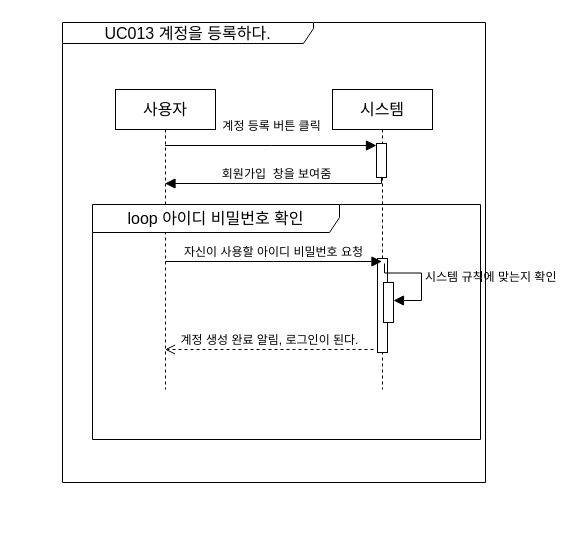
Before: docs/설계명세서/images/seq_diag/uc013.drawio in parkchamchi/SoftwareEngineering2023, a draw.io diagram. Source tidied: cells renumbered, new cells numbered last; positions are measured from the earlier drawing's top-left corner, leaving out a move shared by most shapes. Both pictures are drawn from the tidied source at 100%, with x=0, y=0 at pixel (62, 22).
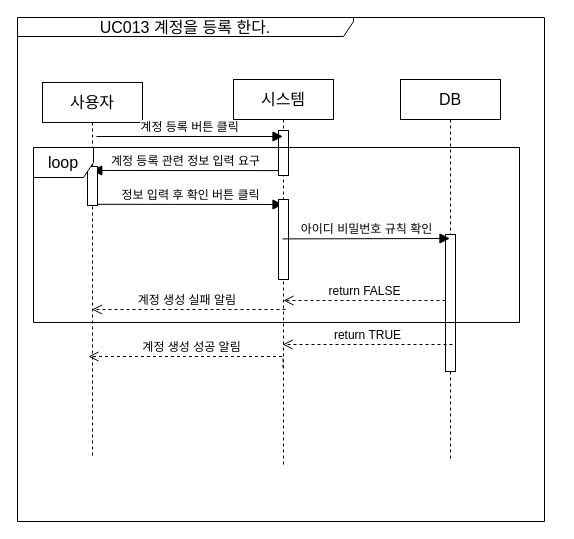
After the change.

Change to the diagram source:
```diff
@@
     <mxCell id="2" value="사용자" style="shape=umlLifeline;perimeter=lifelinePerimeter;whiteSpace=wrap;html=1;outlineConnect=0;portConstraint=eastwest;newEdgeStyle={&quot;edgeStyle&quot;:&quot;elbowEdgeStyle&quot;,&quot;elbow&quot;:&quot;vertical&quot;,&quot;curved&quot;:0,&quot;rounded&quot;:0};fontSize=16;" parent="1" vertex="1">
-      <mxGeometry x="53" y="67" width="100" height="300" as="geometry" />
+      <mxGeometry x="-20" y="60" width="100" height="376" as="geometry" />
     </mxCell>
     <mxCell id="3" value="시스템" style="shape=umlLifeline;perimeter=lifelinePerimeter;whiteSpace=wrap;html=1;outlineConnect=0;portConstraint=eastwest;newEdgeStyle={&quot;edgeStyle&quot;:&quot;elbowEdgeStyle&quot;,&quot;elbow&quot;:&quot;vertical&quot;,&quot;curved&quot;:0,&quot;rounded&quot;:0};fontSize=16;" parent="1" vertex="1">
-      <mxGeometry x="270" y="67" width="100" height="300" as="geometry" />
+      <mxGeometry x="171" y="57" width="100" height="386" as="geometry" />
     </mxCell>
-    <mxCell id="4" style="html=1;points=[];perimeter=orthogonalPerimeter;outlineConnect=0;targetShapes=umlLifeline;portConstraint=eastwest;newEdgeStyle={&quot;edgeStyle&quot;:&quot;elbowEdgeStyle&quot;,&quot;elbow&quot;:&quot;vertical&quot;,&quot;curved&quot;:0,&quot;rounded&quot;:0};fontSize=16;" parent="3" vertex="1">
-      <mxGeometry x="44" y="54" width="10" height="34" as="geometry" />
-    </mxCell>
-    <mxCell id="5" style="html=1;perimeter=orthogonalPerimeter;targetShapes=umlLifeline;newEdgeStyle={&quot;edgeStyle&quot;:&quot;elbowEdgeStyle&quot;,&quot;elbow&quot;:&quot;vertical&quot;,&quot;curved&quot;:0,&quot;rounded&quot;:0};fontSize=16;" parent="3" vertex="1">
-      <mxGeometry x="45" y="169" width="10" height="94" as="geometry" />
-    </mxCell>
-    <mxCell id="6" style="html=1;perimeter=orthogonalPerimeter;targetShapes=umlLifeline;newEdgeStyle={&quot;edgeStyle&quot;:&quot;elbowEdgeStyle&quot;,&quot;elbow&quot;:&quot;vertical&quot;,&quot;curved&quot;:0,&quot;rounded&quot;:0};fontSize=16;" parent="3" vertex="1">
-      <mxGeometry x="51" y="193" width="10" height="40" as="geometry" />
-    </mxCell>
-    <mxCell id="7" value="시스템 규칙에 맞는지 확인" style="html=1;align=left;spacingLeft=2;endArrow=block;rounded=0;edgeStyle=orthogonalEdgeStyle;curved=0;rounded=0;fontSize=12;startSize=8;endSize=8;" parent="3" edge="1">
-      <mxGeometry relative="1" as="geometry">
-        <mxPoint x="52" y="174" as="sourcePoint" />
-        <mxPoint x="61" y="211" as="targetPoint" />
-        <Array as="points">
-          <mxPoint x="89" y="183.5" />
-        </Array>
-      </mxGeometry>
-    </mxCell>
+    <mxCell id="14" value="UC013 계정을 등록 한다." style="shape=umlFrame;whiteSpace=wrap;html=1;fontSize=16;width=336;height=19;" parent="1" vertex="1">
+      <mxGeometry x="-45" y="-5" width="527" height="504" as="geometry" />
+    </mxCell>
+    <mxCell id="15" value="DB" style="shape=umlLifeline;perimeter=lifelinePerimeter;whiteSpace=wrap;html=1;outlineConnect=0;portConstraint=eastwest;newEdgeStyle={&quot;edgeStyle&quot;:&quot;elbowEdgeStyle&quot;,&quot;elbow&quot;:&quot;vertical&quot;,&quot;curved&quot;:0,&quot;rounded&quot;:0};fontSize=16;" parent="1" vertex="1">
+      <mxGeometry x="338" y="57" width="100" height="380" as="geometry" />
+    </mxCell>
+    <mxCell id="16" style="html=1;points=[];perimeter=orthogonalPerimeter;outlineConnect=0;targetShapes=umlLifeline;portConstraint=eastwest;newEdgeStyle={&quot;edgeStyle&quot;:&quot;elbowEdgeStyle&quot;,&quot;elbow&quot;:&quot;vertical&quot;,&quot;curved&quot;:0,&quot;rounded&quot;:0};fontSize=16;" parent="15" vertex="1">
+      <mxGeometry x="45" y="155" width="10" height="137" as="geometry" />
+    </mxCell>
+    <mxCell id="17" style="html=1;perimeter=orthogonalPerimeter;targetShapes=umlLifeline;newEdgeStyle={&quot;edgeStyle&quot;:&quot;elbowEdgeStyle&quot;,&quot;elbow&quot;:&quot;vertical&quot;,&quot;curved&quot;:0,&quot;rounded&quot;:0};fontSize=16;" parent="1" vertex="1">
+      <mxGeometry x="216" y="108" width="10" height="45" as="geometry" />
+    </mxCell>
-    <mxCell id="8" value="계정 등록 버튼 클릭" style="html=1;verticalAlign=bottom;endArrow=block;edgeStyle=elbowEdgeStyle;elbow=vertical;curved=0;rounded=0;fontSize=12;startSize=8;endSize=8;" parent="1" edge="1">
-      <mxGeometry y="10" relative="1" as="geometry">
-        <mxPoint x="102.5" y="123" as="sourcePoint" />
-        <mxPoint x="314" y="123" as="targetPoint" />
+    <mxCell id="8" value="계정 등록 버튼 클릭" style="html=1;verticalAlign=bottom;endArrow=block;edgeStyle=elbowEdgeStyle;elbow=vertical;curved=0;rounded=0;fontSize=12;startSize=8;endSize=8;exitX=0.54;exitY=0.4;exitDx=0;exitDy=0;exitPerimeter=0;" parent="1" edge="1">
+      <mxGeometry x="-0.01" relative="1" as="geometry">
+        <mxPoint x="34" y="114" as="sourcePoint" />
+        <mxPoint x="220.5" y="113.5" as="targetPoint" />
       </mxGeometry>
     </mxCell>
-    <mxCell id="9" value="회원가입&amp;nbsp; 창을 보여줌" style="html=1;verticalAlign=bottom;endArrow=block;edgeStyle=elbowEdgeStyle;elbow=vertical;curved=0;rounded=0;fontSize=12;startSize=8;endSize=8;" parent="1" edge="1" source="4" target="2">
-      <mxGeometry relative="1" as="geometry">
-        <Array as="points">
-          <mxPoint x="270" y="161" />
-        </Array>
-      </mxGeometry>
-    </mxCell>
-    <mxCell id="10" value="자신이 사용할 아이디 비밀번호 요청" style="html=1;verticalAlign=bottom;endArrow=block;edgeStyle=elbowEdgeStyle;elbow=vertical;curved=0;rounded=0;fontSize=12;startSize=8;endSize=8;" parent="1" edge="1">
-      <mxGeometry relative="1" as="geometry">
-        <mxPoint x="103" y="239" as="sourcePoint" />
-        <mxPoint x="319.5" y="239" as="targetPoint" />
-      </mxGeometry>
-    </mxCell>
-    <mxCell id="11" value="loop 아이디 비밀번호 확인" style="shape=umlFrame;whiteSpace=wrap;html=1;fontSize=16;width=247;height=28;" parent="1" vertex="1">
-      <mxGeometry x="30" y="182" width="388" height="235" as="geometry" />
-    </mxCell>
-    <mxCell id="12" value="계정 생성 완료 알림, 로그인이 된다." style="html=1;verticalAlign=bottom;endArrow=open;dashed=1;endSize=8;edgeStyle=elbowEdgeStyle;elbow=vertical;curved=0;rounded=0;fontSize=12;" parent="1" edge="1" target="2">
-      <mxGeometry relative="1" as="geometry">
-        <mxPoint x="311" y="327" as="sourcePoint" />
-      </mxGeometry>
-    </mxCell>
-    <mxCell id="13" value="UC013 계정을 등록하다." style="shape=umlFrame;whiteSpace=wrap;html=1;fontSize=16;width=251;height=21;" parent="1" vertex="1">
-      <mxGeometry width="423" height="460" as="geometry" />
-    </mxCell>
+    <mxCell id="18" value="계정 등록 관련 정보 입력 요구" style="html=1;verticalAlign=bottom;endArrow=block;edgeStyle=elbowEdgeStyle;elbow=vertical;curved=0;rounded=0;fontSize=12;startSize=8;endSize=8;" parent="1" edge="1">
+      <mxGeometry relative="1" as="geometry">
+        <mxPoint x="216" y="148.1" as="sourcePoint" />
+        <mxPoint x="29.3" y="148.1" as="targetPoint" />
+      </mxGeometry>
+    </mxCell>
+    <mxCell id="19" style="html=1;perimeter=orthogonalPerimeter;targetShapes=umlLifeline;newEdgeStyle={&quot;edgeStyle&quot;:&quot;elbowEdgeStyle&quot;,&quot;elbow&quot;:&quot;vertical&quot;,&quot;curved&quot;:0,&quot;rounded&quot;:0};fontSize=16;" parent="1" vertex="1">
+      <mxGeometry x="25" y="144" width="10" height="39" as="geometry" />
+    </mxCell>
+    <mxCell id="20" value="정보 입력 후 확인 버튼 클릭" style="html=1;verticalAlign=bottom;endArrow=block;edgeStyle=elbowEdgeStyle;elbow=vertical;curved=0;rounded=0;fontSize=12;startSize=8;endSize=8;" parent="1" edge="1" target="3">
+      <mxGeometry relative="1" as="geometry">
+        <mxPoint x="35" y="181.8" as="sourcePoint" />
+      </mxGeometry>
+    </mxCell>
+    <mxCell id="21" style="html=1;perimeter=orthogonalPerimeter;targetShapes=umlLifeline;newEdgeStyle={&quot;edgeStyle&quot;:&quot;elbowEdgeStyle&quot;,&quot;elbow&quot;:&quot;vertical&quot;,&quot;curved&quot;:0,&quot;rounded&quot;:0};fontSize=16;" parent="1" vertex="1">
+      <mxGeometry x="216" y="177" width="10" height="80" as="geometry" />
+    </mxCell>
+    <mxCell id="22" value="아이디 비밀번호 규칙 확인" style="html=1;verticalAlign=bottom;endArrow=block;edgeStyle=elbowEdgeStyle;elbow=vertical;curved=0;rounded=0;fontSize=12;startSize=8;endSize=8;" parent="1" edge="1" target="15">
+      <mxGeometry relative="1" as="geometry">
+        <mxPoint x="220" y="216.4" as="sourcePoint" />
+      </mxGeometry>
+    </mxCell>
+    <mxCell id="23" value="return TRUE" style="html=1;verticalAlign=bottom;endArrow=open;dashed=1;endSize=8;edgeStyle=elbowEdgeStyle;elbow=vertical;curved=0;rounded=0;fontSize=12;" parent="1" edge="1">
+      <mxGeometry relative="1" as="geometry">
+        <mxPoint x="390" y="322" as="sourcePoint" />
+        <mxPoint x="220.2" y="322.5" as="targetPoint" />
+      </mxGeometry>
+    </mxCell>
+    <mxCell id="24" value="loop" style="shape=umlFrame;whiteSpace=wrap;html=1;fontSize=16;" parent="1" vertex="1">
+      <mxGeometry x="-29" y="125" width="486" height="175" as="geometry" />
+    </mxCell>
+    <mxCell id="25" value="return FALSE" style="html=1;verticalAlign=bottom;endArrow=open;dashed=1;endSize=8;edgeStyle=elbowEdgeStyle;elbow=vertical;curved=0;rounded=0;fontSize=12;" parent="1" edge="1" source="16">
+      <mxGeometry relative="1" as="geometry">
+        <mxPoint x="221" y="278" as="targetPoint" />
+        <Array as="points">
+          <mxPoint x="387" y="278" />
+        </Array>
+      </mxGeometry>
+    </mxCell>
+    <mxCell id="26" value="계정 생성 성공 알림" style="html=1;verticalAlign=bottom;endArrow=open;dashed=1;endSize=8;edgeStyle=elbowEdgeStyle;elbow=vertical;curved=0;rounded=0;fontSize=12;" parent="1" edge="1">
+      <mxGeometry relative="1" as="geometry">
+        <mxPoint x="220.5" y="345" as="sourcePoint" />
+        <mxPoint x="26" y="334" as="targetPoint" />
+        <Array as="points">
+          <mxPoint x="136" y="334" />
+        </Array>
+      </mxGeometry>
+    </mxCell>
+    <mxCell id="27" value="계정 생성 실패 알림&amp;nbsp;" style="html=1;verticalAlign=bottom;endArrow=open;dashed=1;endSize=8;edgeStyle=elbowEdgeStyle;elbow=vertical;curved=0;rounded=0;fontSize=12;" parent="1" edge="1" target="2">
+      <mxGeometry relative="1" as="geometry">
+        <mxPoint x="223" y="287" as="sourcePoint" />
+      </mxGeometry>
+    </mxCell>
```
